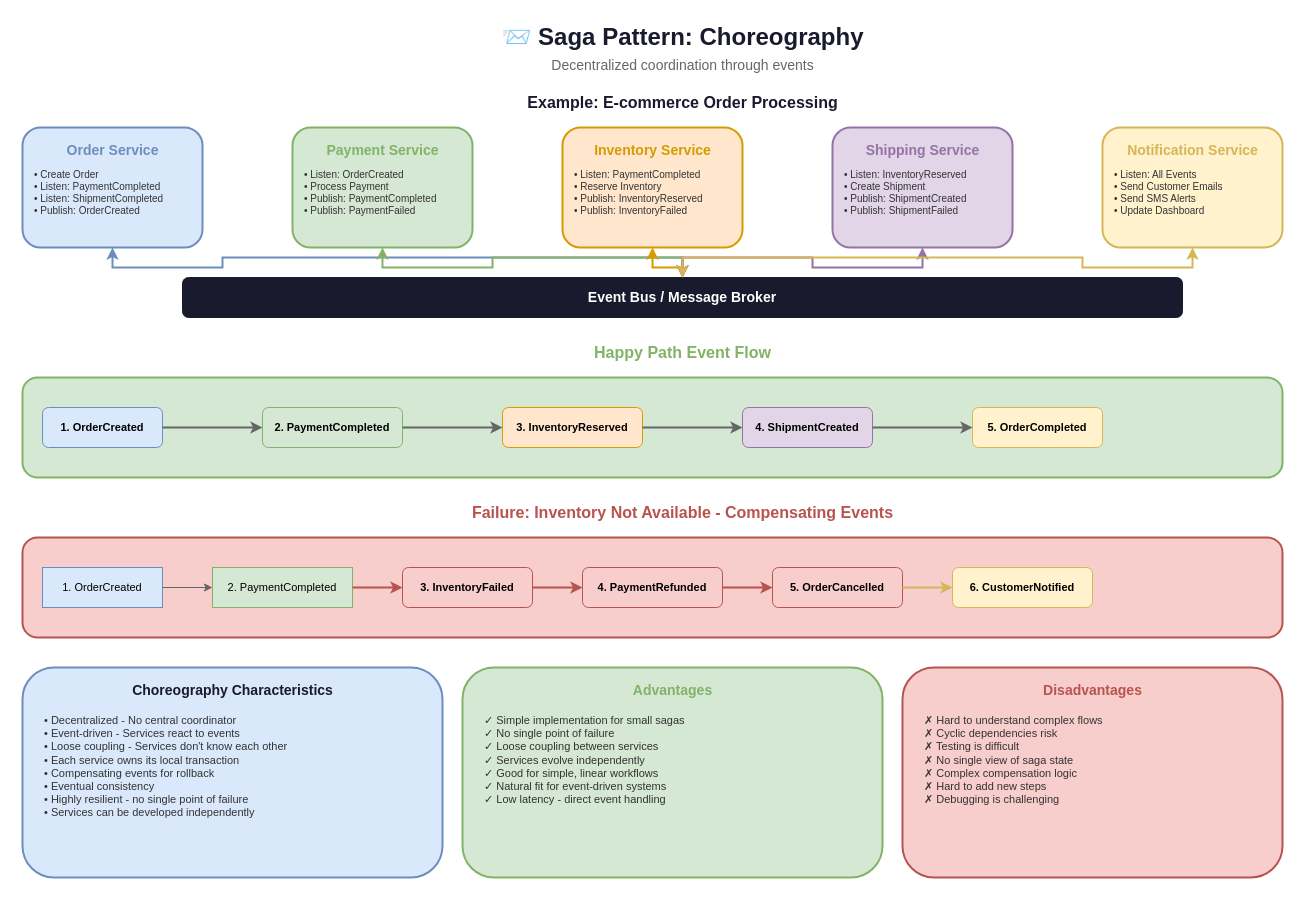
Before: lesson-02-event-driven-architecture/03-event-patterns/3.3-saga-choreography.drawio in MrParkerZ7/document-lesson-software-architect-x-claude, a draw.io diagram. Source tidied: cells renumbered, new cells numbered last; positions are measured from the earlier drawing's top-left corner, leaving out a move shared by most shapes. Both pictures are drawn from the tidied source at 100%, with x=0, y=0 at pixel (22, 17).
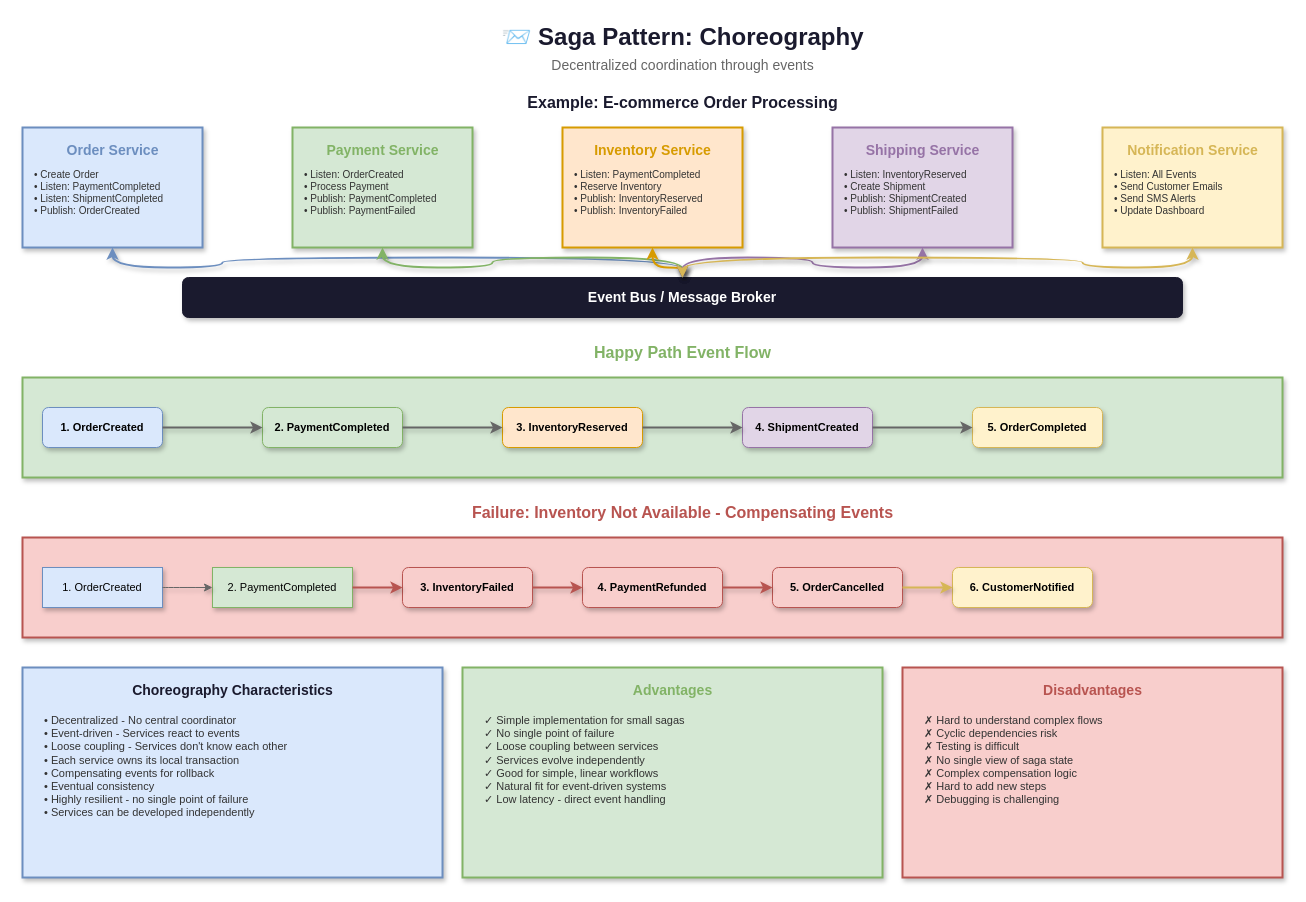
After the change.

Diff of the diagram source:
```diff
@@
-    <mxCell id="5" value="Event Bus / Message Broker" style="rounded=1;whiteSpace=wrap;html=1;fillColor=#1a1a2e;strokeColor=#1a1a2e;fontSize=14;fontStyle=1;fontColor=#ffffff;" parent="1" vertex="1">
+    <mxCell id="5" value="Event Bus / Message Broker" style="rounded=1;whiteSpace=wrap;html=1;fillColor=#1a1a2e;strokeColor=#1a1a2e;fontSize=14;fontStyle=1;fontColor=#ffffff;shadow=1;" parent="1" vertex="1">
       <mxGeometry x="160" y="260" width="1000" height="40" as="geometry" />
     </mxCell>
-    <mxCell id="6" style="rounded=1;whiteSpace=wrap;html=1;fillColor=#dae8fc;strokeColor=#6c8ebf;strokeWidth=2;" parent="1" vertex="1">
+    <mxCell id="6" style="rounded=0;whiteSpace=wrap;html=1;fillColor=#dae8fc;strokeColor=#6c8ebf;strokeWidth=2;shadow=1;" parent="1" vertex="1">
       <mxGeometry y="110" width="180" height="120" as="geometry" />
     </mxCell>
@@
-    <mxCell id="9" style="rounded=1;whiteSpace=wrap;html=1;fillColor=#d5e8d4;strokeColor=#82b366;strokeWidth=2;" parent="1" vertex="1">
+    <mxCell id="9" style="rounded=0;whiteSpace=wrap;html=1;fillColor=#d5e8d4;strokeColor=#82b366;strokeWidth=2;shadow=1;" parent="1" vertex="1">
       <mxGeometry x="270" y="110" width="180" height="120" as="geometry" />
     </mxCell>
@@
-    <mxCell id="12" style="rounded=1;whiteSpace=wrap;html=1;fillColor=#ffe6cc;strokeColor=#d79b00;strokeWidth=2;" parent="1" vertex="1">
+    <mxCell id="12" style="rounded=0;whiteSpace=wrap;html=1;fillColor=#ffe6cc;strokeColor=#d79b00;strokeWidth=2;shadow=1;" parent="1" vertex="1">
       <mxGeometry x="540" y="110" width="180" height="120" as="geometry" />
     </mxCell>
@@
-    <mxCell id="15" style="rounded=1;whiteSpace=wrap;html=1;fillColor=#e1d5e7;strokeColor=#9673a6;strokeWidth=2;" parent="1" vertex="1">
+    <mxCell id="15" style="rounded=0;whiteSpace=wrap;html=1;fillColor=#e1d5e7;strokeColor=#9673a6;strokeWidth=2;shadow=1;" parent="1" vertex="1">
       <mxGeometry x="810" y="110" width="180" height="120" as="geometry" />
     </mxCell>
@@
-    <mxCell id="18" style="rounded=1;whiteSpace=wrap;html=1;fillColor=#fff2cc;strokeColor=#d6b656;strokeWidth=2;" parent="1" vertex="1">
+    <mxCell id="18" style="rounded=0;whiteSpace=wrap;html=1;fillColor=#fff2cc;strokeColor=#d6b656;strokeWidth=2;shadow=1;" parent="1" vertex="1">
       <mxGeometry x="1080" y="110" width="180" height="120" as="geometry" />
     </mxCell>
@@
-    <mxCell id="21" style="edgeStyle=orthogonalEdgeStyle;rounded=0;jettySize=auto;html=1;strokeColor=#6c8ebf;strokeWidth=2;endArrow=classic;startArrow=classic;" parent="1" edge="1" source="6" target="5">
+    <mxCell id="21" style="edgeStyle=orthogonalEdgeStyle;rounded=0;jettySize=auto;html=1;strokeColor=#6c8ebf;strokeWidth=2;endArrow=classic;startArrow=classic;shadow=1;curved=1;flowAnimation=1;jumpStyle=arc;" parent="1" edge="1" source="6" target="5">
       <mxGeometry relative="1" as="geometry" />
     </mxCell>
-    <mxCell id="22" style="edgeStyle=orthogonalEdgeStyle;rounded=0;jettySize=auto;html=1;strokeColor=#82b366;strokeWidth=2;endArrow=classic;startArrow=classic;" parent="1" edge="1" source="9" target="5">
+    <mxCell id="22" style="edgeStyle=orthogonalEdgeStyle;rounded=0;jettySize=auto;html=1;strokeColor=#82b366;strokeWidth=2;endArrow=classic;startArrow=classic;shadow=1;curved=1;flowAnimation=1;jumpStyle=arc;" parent="1" edge="1" source="9" target="5">
       <mxGeometry relative="1" as="geometry" />
     </mxCell>
-    <mxCell id="23" style="edgeStyle=orthogonalEdgeStyle;rounded=0;jettySize=auto;html=1;strokeColor=#d79b00;strokeWidth=2;endArrow=classic;startArrow=classic;" parent="1" edge="1" source="12" target="5">
+    <mxCell id="23" style="edgeStyle=orthogonalEdgeStyle;rounded=0;jettySize=auto;html=1;strokeColor=#d79b00;strokeWidth=2;endArrow=classic;startArrow=classic;shadow=1;curved=1;flowAnimation=1;jumpStyle=arc;" parent="1" edge="1" source="12" target="5">
       <mxGeometry relative="1" as="geometry" />
     </mxCell>
-    <mxCell id="24" style="edgeStyle=orthogonalEdgeStyle;rounded=0;jettySize=auto;html=1;strokeColor=#9673a6;strokeWidth=2;endArrow=classic;startArrow=classic;" parent="1" edge="1" source="15" target="5">
+    <mxCell id="24" style="edgeStyle=orthogonalEdgeStyle;rounded=0;jettySize=auto;html=1;strokeColor=#9673a6;strokeWidth=2;endArrow=classic;startArrow=classic;shadow=1;curved=1;flowAnimation=1;jumpStyle=arc;" parent="1" edge="1" source="15" target="5">
       <mxGeometry relative="1" as="geometry" />
     </mxCell>
-    <mxCell id="25" style="edgeStyle=orthogonalEdgeStyle;rounded=0;jettySize=auto;html=1;strokeColor=#d6b656;strokeWidth=2;endArrow=classic;startArrow=classic;" parent="1" edge="1" source="18" target="5">
+    <mxCell id="25" style="edgeStyle=orthogonalEdgeStyle;rounded=0;jettySize=auto;html=1;strokeColor=#d6b656;strokeWidth=2;endArrow=classic;startArrow=classic;shadow=1;curved=1;flowAnimation=1;jumpStyle=arc;" parent="1" edge="1" source="18" target="5">
       <mxGeometry relative="1" as="geometry" />
     </mxCell>
@@
-    <mxCell id="27" style="rounded=1;whiteSpace=wrap;html=1;fillColor=#d5e8d4;strokeColor=#82b366;strokeWidth=2;" parent="1" vertex="1">
+    <mxCell id="27" style="rounded=0;whiteSpace=wrap;html=1;fillColor=#d5e8d4;strokeColor=#82b366;strokeWidth=2;shadow=1;" parent="1" vertex="1">
       <mxGeometry y="360" width="1260" height="100" as="geometry" />
     </mxCell>
-    <mxCell id="28" value="1. OrderCreated" style="rounded=1;whiteSpace=wrap;html=1;fillColor=#dae8fc;strokeColor=#6c8ebf;fontSize=11;fontStyle=1;" parent="1" vertex="1">
+    <mxCell id="28" value="1. OrderCreated" style="rounded=1;whiteSpace=wrap;html=1;fillColor=#dae8fc;strokeColor=#6c8ebf;fontSize=11;fontStyle=1;shadow=1;" parent="1" vertex="1">
       <mxGeometry x="20" y="390" width="120" height="40" as="geometry" />
     </mxCell>
-    <mxCell id="29" value="2. PaymentCompleted" style="rounded=1;whiteSpace=wrap;html=1;fillColor=#d5e8d4;strokeColor=#82b366;fontSize=11;fontStyle=1;" parent="1" vertex="1">
+    <mxCell id="29" value="2. PaymentCompleted" style="rounded=1;whiteSpace=wrap;html=1;fillColor=#d5e8d4;strokeColor=#82b366;fontSize=11;fontStyle=1;shadow=1;" parent="1" vertex="1">
       <mxGeometry x="240" y="390" width="140" height="40" as="geometry" />
     </mxCell>
-    <mxCell id="30" value="3. InventoryReserved" style="rounded=1;whiteSpace=wrap;html=1;fillColor=#ffe6cc;strokeColor=#d79b00;fontSize=11;fontStyle=1;" parent="1" vertex="1">
+    <mxCell id="30" value="3. InventoryReserved" style="rounded=1;whiteSpace=wrap;html=1;fillColor=#ffe6cc;strokeColor=#d79b00;fontSize=11;fontStyle=1;shadow=1;" parent="1" vertex="1">
       <mxGeometry x="480" y="390" width="140" height="40" as="geometry" />
     </mxCell>
-    <mxCell id="31" value="4. ShipmentCreated" style="rounded=1;whiteSpace=wrap;html=1;fillColor=#e1d5e7;strokeColor=#9673a6;fontSize=11;fontStyle=1;" parent="1" vertex="1">
+    <mxCell id="31" value="4. ShipmentCreated" style="rounded=1;whiteSpace=wrap;html=1;fillColor=#e1d5e7;strokeColor=#9673a6;fontSize=11;fontStyle=1;shadow=1;" parent="1" vertex="1">
       <mxGeometry x="720" y="390" width="130" height="40" as="geometry" />
     </mxCell>
-    <mxCell id="32" value="5. OrderCompleted" style="rounded=1;whiteSpace=wrap;html=1;fillColor=#fff2cc;strokeColor=#d6b656;fontSize=11;fontStyle=1;" parent="1" vertex="1">
+    <mxCell id="32" value="5. OrderCompleted" style="rounded=1;whiteSpace=wrap;html=1;fillColor=#fff2cc;strokeColor=#d6b656;fontSize=11;fontStyle=1;shadow=1;" parent="1" vertex="1">
       <mxGeometry x="950" y="390" width="130" height="40" as="geometry" />
     </mxCell>
-    <mxCell id="33" style="edgeStyle=orthogonalEdgeStyle;rounded=0;jettySize=auto;html=1;strokeColor=#666666;strokeWidth=2;endArrow=classic;" parent="1" edge="1" source="28" target="29">
+    <mxCell id="33" style="edgeStyle=orthogonalEdgeStyle;rounded=0;jettySize=auto;html=1;strokeColor=#666666;strokeWidth=2;endArrow=classic;shadow=1;curved=1;flowAnimation=1;jumpStyle=arc;" parent="1" edge="1" source="28" target="29">
       <mxGeometry relative="1" as="geometry" />
     </mxCell>
-    <mxCell id="34" style="edgeStyle=orthogonalEdgeStyle;rounded=0;jettySize=auto;html=1;strokeColor=#666666;strokeWidth=2;endArrow=classic;" parent="1" edge="1" source="29" target="30">
+    <mxCell id="34" style="edgeStyle=orthogonalEdgeStyle;rounded=0;jettySize=auto;html=1;strokeColor=#666666;strokeWidth=2;endArrow=classic;shadow=1;curved=1;flowAnimation=1;jumpStyle=arc;" parent="1" edge="1" source="29" target="30">
       <mxGeometry relative="1" as="geometry" />
     </mxCell>
-    <mxCell id="35" style="edgeStyle=orthogonalEdgeStyle;rounded=0;jettySize=auto;html=1;strokeColor=#666666;strokeWidth=2;endArrow=classic;" parent="1" edge="1" source="30" target="31">
+    <mxCell id="35" style="edgeStyle=orthogonalEdgeStyle;rounded=0;jettySize=auto;html=1;strokeColor=#666666;strokeWidth=2;endArrow=classic;shadow=1;curved=1;flowAnimation=1;jumpStyle=arc;" parent="1" edge="1" source="30" target="31">
       <mxGeometry relative="1" as="geometry" />
     </mxCell>
-    <mxCell id="36" style="edgeStyle=orthogonalEdgeStyle;rounded=0;jettySize=auto;html=1;strokeColor=#666666;strokeWidth=2;endArrow=classic;" parent="1" edge="1" source="31" target="32">
+    <mxCell id="36" style="edgeStyle=orthogonalEdgeStyle;rounded=0;jettySize=auto;html=1;strokeColor=#666666;strokeWidth=2;endArrow=classic;shadow=1;curved=1;flowAnimation=1;jumpStyle=arc;" parent="1" edge="1" source="31" target="32">
       <mxGeometry relative="1" as="geometry" />
     </mxCell>
@@
-    <mxCell id="38" style="rounded=1;whiteSpace=wrap;html=1;fillColor=#f8cecc;strokeColor=#b85450;strokeWidth=2;" parent="1" vertex="1">
+    <mxCell id="38" style="rounded=0;whiteSpace=wrap;html=1;fillColor=#f8cecc;strokeColor=#b85450;strokeWidth=2;shadow=1;" parent="1" vertex="1">
       <mxGeometry y="520" width="1260" height="100" as="geometry" />
     </mxCell>
-    <mxCell id="39" value="1. OrderCreated" style="rounded=0;whiteSpace=wrap;html=1;fillColor=#dae8fc;strokeColor=#6c8ebf;fontSize=11;" parent="1" vertex="1">
+    <mxCell id="39" value="1. OrderCreated" style="rounded=0;whiteSpace=wrap;html=1;fillColor=#dae8fc;strokeColor=#6c8ebf;fontSize=11;shadow=1;" parent="1" vertex="1">
       <mxGeometry x="20" y="550" width="120" height="40" as="geometry" />
     </mxCell>
-    <mxCell id="40" value="2. PaymentCompleted" style="rounded=0;whiteSpace=wrap;html=1;fillColor=#d5e8d4;strokeColor=#82b366;fontSize=11;" parent="1" vertex="1">
+    <mxCell id="40" value="2. PaymentCompleted" style="rounded=0;whiteSpace=wrap;html=1;fillColor=#d5e8d4;strokeColor=#82b366;fontSize=11;shadow=1;" parent="1" vertex="1">
       <mxGeometry x="190" y="550" width="140" height="40" as="geometry" />
     </mxCell>
-    <mxCell id="41" value="3. InventoryFailed" style="rounded=1;whiteSpace=wrap;html=1;fillColor=#f8cecc;strokeColor=#b85450;fontSize=11;fontStyle=1;" parent="1" vertex="1">
+    <mxCell id="41" value="3. InventoryFailed" style="rounded=1;whiteSpace=wrap;html=1;fillColor=#f8cecc;strokeColor=#b85450;fontSize=11;fontStyle=1;shadow=1;" parent="1" vertex="1">
       <mxGeometry x="380" y="550" width="130" height="40" as="geometry" />
     </mxCell>
-    <mxCell id="42" value="4. PaymentRefunded" style="rounded=1;whiteSpace=wrap;html=1;fillColor=#f8cecc;strokeColor=#b85450;fontSize=11;fontStyle=1;" parent="1" vertex="1">
+    <mxCell id="42" value="4. PaymentRefunded" style="rounded=1;whiteSpace=wrap;html=1;fillColor=#f8cecc;strokeColor=#b85450;fontSize=11;fontStyle=1;shadow=1;" parent="1" vertex="1">
       <mxGeometry x="560" y="550" width="140" height="40" as="geometry" />
     </mxCell>
-    <mxCell id="43" value="5. OrderCancelled" style="rounded=1;whiteSpace=wrap;html=1;fillColor=#f8cecc;strokeColor=#b85450;fontSize=11;fontStyle=1;" parent="1" vertex="1">
+    <mxCell id="43" value="5. OrderCancelled" style="rounded=1;whiteSpace=wrap;html=1;fillColor=#f8cecc;strokeColor=#b85450;fontSize=11;fontStyle=1;shadow=1;" parent="1" vertex="1">
       <mxGeometry x="750" y="550" width="130" height="40" as="geometry" />
     </mxCell>
-    <mxCell id="44" value="6. CustomerNotified" style="rounded=1;whiteSpace=wrap;html=1;fillColor=#fff2cc;strokeColor=#d6b656;fontSize=11;fontStyle=1;" parent="1" vertex="1">
+    <mxCell id="44" value="6. CustomerNotified" style="rounded=1;whiteSpace=wrap;html=1;fillColor=#fff2cc;strokeColor=#d6b656;fontSize=11;fontStyle=1;shadow=1;" parent="1" vertex="1">
       <mxGeometry x="930" y="550" width="140" height="40" as="geometry" />
     </mxCell>
-    <mxCell id="45" style="edgeStyle=orthogonalEdgeStyle;rounded=0;jettySize=auto;html=1;strokeColor=#666666;strokeWidth=1;endArrow=classic;" parent="1" edge="1" source="39" target="40">
+    <mxCell id="45" style="edgeStyle=orthogonalEdgeStyle;rounded=0;jettySize=auto;html=1;strokeColor=#666666;strokeWidth=1;endArrow=classic;shadow=1;curved=1;flowAnimation=1;jumpStyle=arc;" parent="1" edge="1" source="39" target="40">
       <mxGeometry relative="1" as="geometry" />
     </mxCell>
-    <mxCell id="46" style="edgeStyle=orthogonalEdgeStyle;rounded=0;jettySize=auto;html=1;strokeColor=#b85450;strokeWidth=2;endArrow=classic;" parent="1" edge="1" source="40" target="41">
+    <mxCell id="46" style="edgeStyle=orthogonalEdgeStyle;rounded=0;jettySize=auto;html=1;strokeColor=#b85450;strokeWidth=2;endArrow=classic;shadow=1;curved=1;flowAnimation=1;jumpStyle=arc;" parent="1" edge="1" source="40" target="41">
       <mxGeometry relative="1" as="geometry" />
     </mxCell>
-    <mxCell id="47" style="edgeStyle=orthogonalEdgeStyle;rounded=0;jettySize=auto;html=1;strokeColor=#b85450;strokeWidth=2;endArrow=classic;" parent="1" edge="1" source="41" target="42">
+    <mxCell id="47" style="edgeStyle=orthogonalEdgeStyle;rounded=0;jettySize=auto;html=1;strokeColor=#b85450;strokeWidth=2;endArrow=classic;shadow=1;curved=1;flowAnimation=1;jumpStyle=arc;" parent="1" edge="1" source="41" target="42">
       <mxGeometry relative="1" as="geometry" />
     </mxCell>
-    <mxCell id="48" style="edgeStyle=orthogonalEdgeStyle;rounded=0;jettySize=auto;html=1;strokeColor=#b85450;strokeWidth=2;endArrow=classic;" parent="1" edge="1" source="42" target="43">
+    <mxCell id="48" style="edgeStyle=orthogonalEdgeStyle;rounded=0;jettySize=auto;html=1;strokeColor=#b85450;strokeWidth=2;endArrow=classic;shadow=1;curved=1;flowAnimation=1;jumpStyle=arc;" parent="1" edge="1" source="42" target="43">
       <mxGeometry relative="1" as="geometry" />
     </mxCell>
-    <mxCell id="49" style="edgeStyle=orthogonalEdgeStyle;rounded=0;jettySize=auto;html=1;strokeColor=#d6b656;strokeWidth=2;endArrow=classic;" parent="1" edge="1" source="43" target="44">
+    <mxCell id="49" style="edgeStyle=orthogonalEdgeStyle;rounded=0;jettySize=auto;html=1;strokeColor=#d6b656;strokeWidth=2;endArrow=classic;shadow=1;curved=1;flowAnimation=1;jumpStyle=arc;" parent="1" edge="1" source="43" target="44">
       <mxGeometry relative="1" as="geometry" />
     </mxCell>
-    <mxCell id="50" style="rounded=1;whiteSpace=wrap;html=1;fillColor=#dae8fc;strokeColor=#6c8ebf;strokeWidth=2;" parent="1" vertex="1">
+    <mxCell id="50" style="rounded=0;whiteSpace=wrap;html=1;fillColor=#dae8fc;strokeColor=#6c8ebf;strokeWidth=2;shadow=1;" parent="1" vertex="1">
       <mxGeometry y="650" width="420" height="210" as="geometry" />
     </mxCell>
@@
-    <mxCell id="53" style="rounded=1;whiteSpace=wrap;html=1;fillColor=#d5e8d4;strokeColor=#82b366;strokeWidth=2;" parent="1" vertex="1">
+    <mxCell id="53" style="rounded=0;whiteSpace=wrap;html=1;fillColor=#d5e8d4;strokeColor=#82b366;strokeWidth=2;shadow=1;" parent="1" vertex="1">
       <mxGeometry x="440" y="650" width="420" height="210" as="geometry" />
     </mxCell>
@@
-    <mxCell id="56" style="rounded=1;whiteSpace=wrap;html=1;fillColor=#f8cecc;strokeColor=#b85450;strokeWidth=2;" parent="1" vertex="1">
+    <mxCell id="56" style="rounded=0;whiteSpace=wrap;html=1;fillColor=#f8cecc;strokeColor=#b85450;strokeWidth=2;shadow=1;" parent="1" vertex="1">
       <mxGeometry x="880" y="650" width="380" height="210" as="geometry" />
     </mxCell>
```
